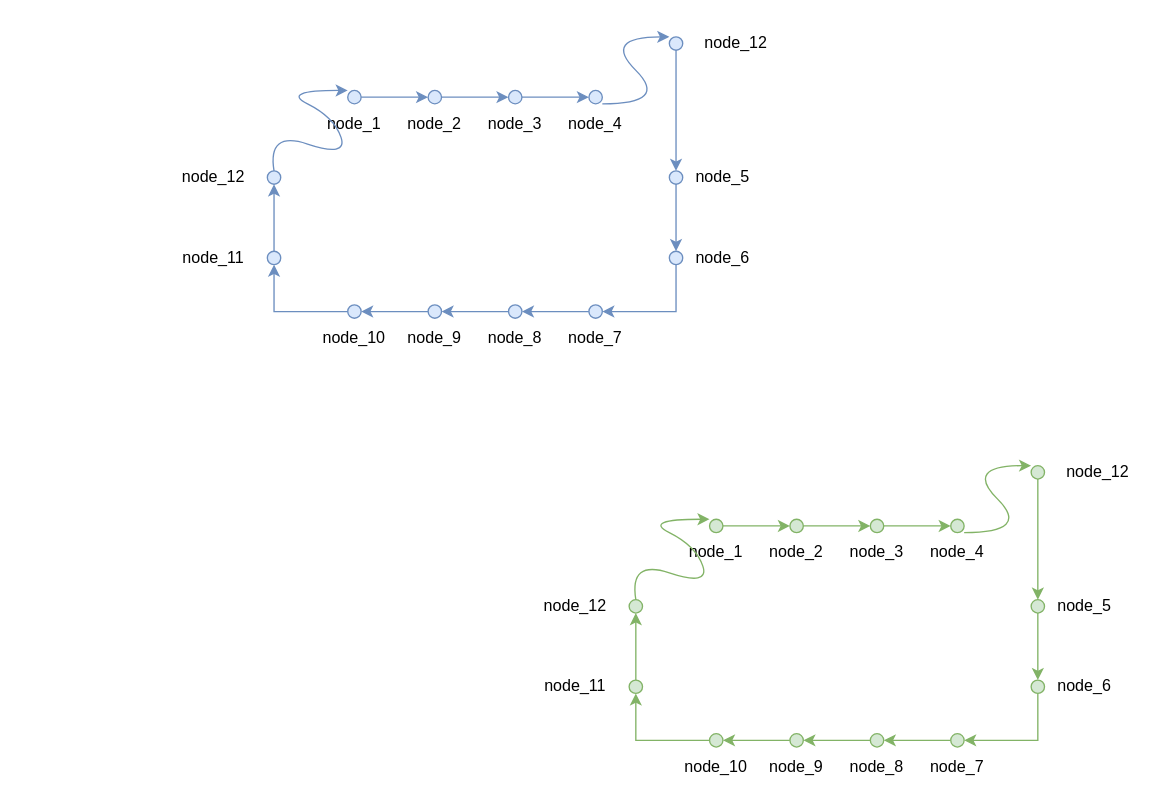
This is diagrams/pcs地图交管.drawio from simon-sua/diagram_charts, a draw.io file, before an edit. Source tidied: cells renumbered, new cells numbered last; positions are measured from the earlier drawing's top-left corner, leaving out a move shared by most shapes. Both pictures are drawn from the tidied source at 134%, with x=0, y=0 at pixel (173, 23).
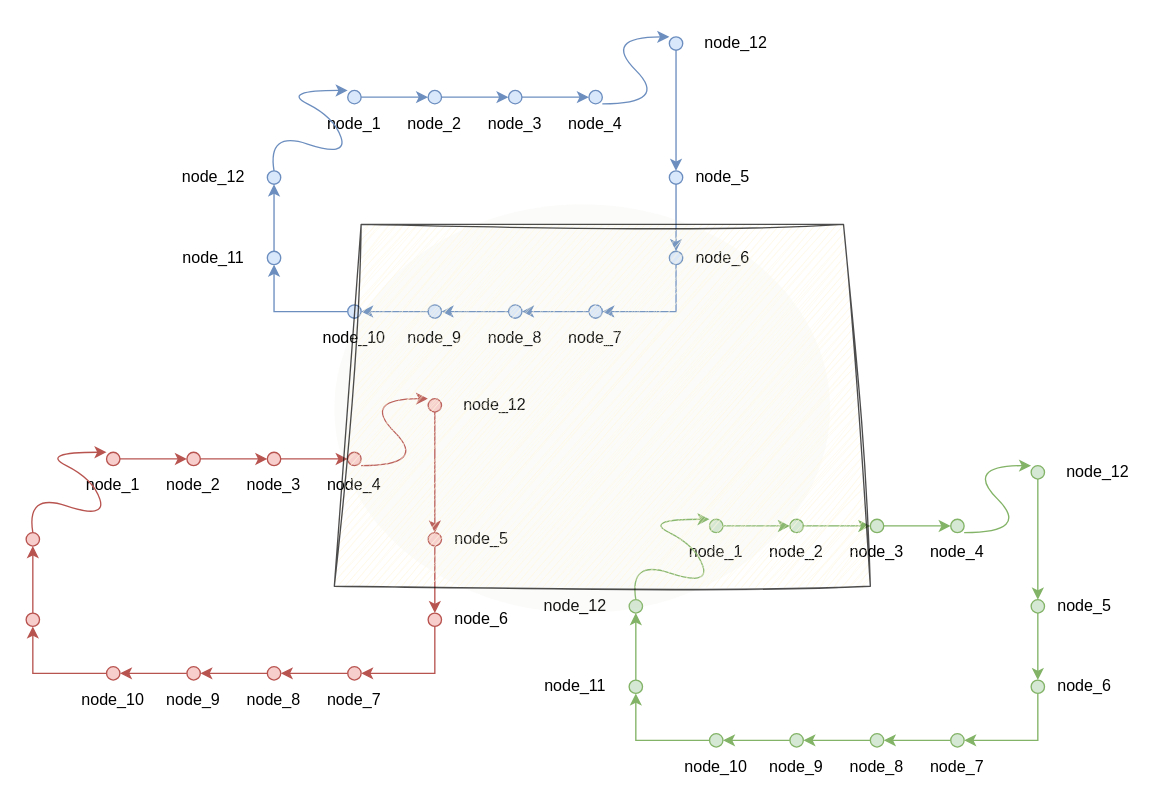
The same page after the edit.

Commit message (it also covers changes not shown here):
更新pcs地图交管.drawio

The edit, as a diff of the source:
```diff
@@
+    <mxCell id="80" style="edgeStyle=orthogonalEdgeStyle;rounded=0;jettySize=auto;html=1;exitX=1;exitY=0.5;exitDx=0;exitDy=0;entryX=0;entryY=0.5;entryDx=0;entryDy=0;fillColor=#f8cecc;strokeColor=#b85450;" parent="1" edge="1" source="81" target="84">
+      <mxGeometry relative="1" as="geometry" />
+    </mxCell>
+    <mxCell id="81" style="ellipse;whiteSpace=wrap;html=1;fillColor=#f8cecc;strokeColor=#b85450;" parent="1" vertex="1">
+      <mxGeometry x="-50" y="320" width="10" height="10" as="geometry" />
+    </mxCell>
+    <mxCell id="82" value="node_1" style="text;html=1;strokeColor=none;fillColor=none;align=center;verticalAlign=middle;whiteSpace=wrap;rounded=0;" parent="1" vertex="1">
+      <mxGeometry x="-75" y="330" width="60" height="30" as="geometry" />
+    </mxCell>
+    <mxCell id="83" style="edgeStyle=orthogonalEdgeStyle;rounded=0;jettySize=auto;html=1;exitX=1;exitY=0.5;exitDx=0;exitDy=0;entryX=0;entryY=0.5;entryDx=0;entryDy=0;fillColor=#f8cecc;strokeColor=#b85450;" parent="1" edge="1" source="84" target="87">
+      <mxGeometry relative="1" as="geometry" />
+    </mxCell>
+    <mxCell id="84" style="ellipse;whiteSpace=wrap;html=1;fillColor=#f8cecc;strokeColor=#b85450;" parent="1" vertex="1">
+      <mxGeometry x="10" y="320" width="10" height="10" as="geometry" />
+    </mxCell>
+    <mxCell id="85" value="node_2" style="text;html=1;strokeColor=none;fillColor=none;align=center;verticalAlign=middle;whiteSpace=wrap;rounded=0;" parent="1" vertex="1">
+      <mxGeometry x="-15" y="330" width="60" height="30" as="geometry" />
+    </mxCell>
+    <mxCell id="86" style="edgeStyle=orthogonalEdgeStyle;rounded=0;jettySize=auto;html=1;exitX=1;exitY=0.5;exitDx=0;exitDy=0;entryX=0;entryY=0.5;entryDx=0;entryDy=0;fillColor=#f8cecc;strokeColor=#b85450;" parent="1" edge="1" source="87" target="89">
+      <mxGeometry relative="1" as="geometry" />
+    </mxCell>
+    <mxCell id="87" style="ellipse;whiteSpace=wrap;html=1;fillColor=#f8cecc;strokeColor=#b85450;" parent="1" vertex="1">
+      <mxGeometry x="70" y="320" width="10" height="10" as="geometry" />
+    </mxCell>
+    <mxCell id="88" value="node_3" style="text;html=1;strokeColor=none;fillColor=none;align=center;verticalAlign=middle;whiteSpace=wrap;rounded=0;" parent="1" vertex="1">
+      <mxGeometry x="45" y="330" width="60" height="30" as="geometry" />
+    </mxCell>
+    <mxCell id="89" style="ellipse;whiteSpace=wrap;html=1;fillColor=#f8cecc;strokeColor=#b85450;" parent="1" vertex="1">
+      <mxGeometry x="130" y="320" width="10" height="10" as="geometry" />
+    </mxCell>
+    <mxCell id="90" value="node_4" style="text;html=1;strokeColor=none;fillColor=none;align=center;verticalAlign=middle;whiteSpace=wrap;rounded=0;" parent="1" vertex="1">
+      <mxGeometry x="105" y="330" width="60" height="30" as="geometry" />
+    </mxCell>
+    <mxCell id="91" style="edgeStyle=orthogonalEdgeStyle;rounded=0;jettySize=auto;html=1;exitX=0.5;exitY=1;exitDx=0;exitDy=0;entryX=0.5;entryY=0;entryDx=0;entryDy=0;fillColor=#f8cecc;strokeColor=#b85450;" parent="1" edge="1" source="92" target="95">
+      <mxGeometry relative="1" as="geometry" />
+    </mxCell>
+    <mxCell id="92" style="ellipse;whiteSpace=wrap;html=1;fillColor=#f8cecc;strokeColor=#b85450;" parent="1" vertex="1">
+      <mxGeometry x="190" y="380" width="10" height="10" as="geometry" />
+    </mxCell>
+    <mxCell id="93" value="node_5" style="text;html=1;strokeColor=none;fillColor=none;align=center;verticalAlign=middle;whiteSpace=wrap;rounded=0;" parent="1" vertex="1">
+      <mxGeometry x="200" y="370" width="60" height="30" as="geometry" />
+    </mxCell>
+    <mxCell id="94" style="edgeStyle=orthogonalEdgeStyle;rounded=0;jettySize=auto;html=1;exitX=0.5;exitY=1;exitDx=0;exitDy=0;entryX=1;entryY=0.5;entryDx=0;entryDy=0;fillColor=#f8cecc;strokeColor=#b85450;" parent="1" edge="1" source="95" target="98">
+      <mxGeometry relative="1" as="geometry" />
+    </mxCell>
+    <mxCell id="95" style="ellipse;whiteSpace=wrap;html=1;fillColor=#f8cecc;strokeColor=#b85450;" parent="1" vertex="1">
+      <mxGeometry x="190" y="440" width="10" height="10" as="geometry" />
+    </mxCell>
+    <mxCell id="96" value="node_6" style="text;html=1;strokeColor=none;fillColor=none;align=center;verticalAlign=middle;whiteSpace=wrap;rounded=0;" parent="1" vertex="1">
+      <mxGeometry x="200" y="430" width="60" height="30" as="geometry" />
+    </mxCell>
+    <mxCell id="97" style="edgeStyle=orthogonalEdgeStyle;rounded=0;jettySize=auto;html=1;exitX=0;exitY=0.5;exitDx=0;exitDy=0;entryX=1;entryY=0.5;entryDx=0;entryDy=0;fillColor=#f8cecc;strokeColor=#b85450;" parent="1" edge="1" source="98" target="101">
+      <mxGeometry relative="1" as="geometry" />
+    </mxCell>
+    <mxCell id="98" style="ellipse;whiteSpace=wrap;html=1;fillColor=#f8cecc;strokeColor=#b85450;" parent="1" vertex="1">
+      <mxGeometry x="130" y="480" width="10" height="10" as="geometry" />
+    </mxCell>
+    <mxCell id="99" value="node_7" style="text;html=1;strokeColor=none;fillColor=none;align=center;verticalAlign=middle;whiteSpace=wrap;rounded=0;" parent="1" vertex="1">
+      <mxGeometry x="105" y="490" width="60" height="30" as="geometry" />
+    </mxCell>
+    <mxCell id="100" style="edgeStyle=orthogonalEdgeStyle;rounded=0;jettySize=auto;html=1;exitX=0;exitY=0.5;exitDx=0;exitDy=0;entryX=1;entryY=0.5;entryDx=0;entryDy=0;fillColor=#f8cecc;strokeColor=#b85450;" parent="1" edge="1" source="101" target="104">
+      <mxGeometry relative="1" as="geometry" />
+    </mxCell>
+    <mxCell id="101" style="ellipse;whiteSpace=wrap;html=1;fillColor=#f8cecc;strokeColor=#b85450;" parent="1" vertex="1">
+      <mxGeometry x="70" y="480" width="10" height="10" as="geometry" />
+    </mxCell>
+    <mxCell id="102" value="node_8" style="text;html=1;strokeColor=none;fillColor=none;align=center;verticalAlign=middle;whiteSpace=wrap;rounded=0;" parent="1" vertex="1">
+      <mxGeometry x="45" y="490" width="60" height="30" as="geometry" />
+    </mxCell>
+    <mxCell id="103" style="edgeStyle=orthogonalEdgeStyle;rounded=0;jettySize=auto;html=1;exitX=0;exitY=0.5;exitDx=0;exitDy=0;entryX=1;entryY=0.5;entryDx=0;entryDy=0;fillColor=#f8cecc;strokeColor=#b85450;" parent="1" edge="1" source="104" target="107">
+      <mxGeometry relative="1" as="geometry" />
+    </mxCell>
+    <mxCell id="104" style="ellipse;whiteSpace=wrap;html=1;fillColor=#f8cecc;strokeColor=#b85450;" parent="1" vertex="1">
+      <mxGeometry x="10" y="480" width="10" height="10" as="geometry" />
+    </mxCell>
+    <mxCell id="105" value="node_9" style="text;html=1;strokeColor=none;fillColor=none;align=center;verticalAlign=middle;whiteSpace=wrap;rounded=0;" parent="1" vertex="1">
+      <mxGeometry x="-15" y="490" width="60" height="30" as="geometry" />
+    </mxCell>
+    <mxCell id="106" style="edgeStyle=orthogonalEdgeStyle;rounded=0;jettySize=auto;html=1;exitX=0;exitY=0.5;exitDx=0;exitDy=0;entryX=0.5;entryY=1;entryDx=0;entryDy=0;fillColor=#f8cecc;strokeColor=#b85450;" parent="1" edge="1" source="107" target="110">
+      <mxGeometry relative="1" as="geometry" />
+    </mxCell>
+    <mxCell id="107" style="ellipse;whiteSpace=wrap;html=1;fillColor=#f8cecc;strokeColor=#b85450;" parent="1" vertex="1">
+      <mxGeometry x="-50" y="480" width="10" height="10" as="geometry" />
+    </mxCell>
+    <mxCell id="108" value="node_10" style="text;html=1;strokeColor=none;fillColor=none;align=center;verticalAlign=middle;whiteSpace=wrap;rounded=0;" parent="1" vertex="1">
+      <mxGeometry x="-75" y="490" width="60" height="30" as="geometry" />
+    </mxCell>
+    <mxCell id="109" style="edgeStyle=orthogonalEdgeStyle;rounded=0;jettySize=auto;html=1;exitX=0.5;exitY=0;exitDx=0;exitDy=0;entryX=0.5;entryY=1;entryDx=0;entryDy=0;fillColor=#f8cecc;strokeColor=#b85450;" parent="1" edge="1" source="110" target="111">
+      <mxGeometry relative="1" as="geometry" />
+    </mxCell>
+    <mxCell id="110" style="ellipse;whiteSpace=wrap;html=1;fillColor=#f8cecc;strokeColor=#b85450;" parent="1" vertex="1">
+      <mxGeometry x="-110" y="440" width="10" height="10" as="geometry" />
+    </mxCell>
+    <mxCell id="111" style="ellipse;whiteSpace=wrap;html=1;fillColor=#f8cecc;strokeColor=#b85450;" parent="1" vertex="1">
+      <mxGeometry x="-110" y="380" width="10" height="10" as="geometry" />
+    </mxCell>
+    <mxCell id="112" style="curved=1;endArrow=classic;html=1;rounded=0;fillColor=#f8cecc;strokeColor=#b85450;" parent="1" edge="1">
+      <mxGeometry relative="1" as="geometry">
+        <mxPoint x="140" y="330" as="sourcePoint" />
+        <mxPoint x="190" y="280" as="targetPoint" />
+        <Array as="points">
+          <mxPoint x="190" y="330" />
+          <mxPoint x="140" y="280" />
+        </Array>
+      </mxGeometry>
+    </mxCell>
+    <mxCell id="113" style="edgeStyle=orthogonalEdgeStyle;rounded=0;jettySize=auto;html=1;exitX=0.5;exitY=1;exitDx=0;exitDy=0;entryX=0.5;entryY=0;entryDx=0;entryDy=0;fillColor=#f8cecc;strokeColor=#b85450;" parent="1" edge="1" source="114" target="92">
+      <mxGeometry relative="1" as="geometry" />
+    </mxCell>
+    <mxCell id="114" style="ellipse;whiteSpace=wrap;html=1;fillColor=#f8cecc;strokeColor=#b85450;" parent="1" vertex="1">
+      <mxGeometry x="190" y="280" width="10" height="10" as="geometry" />
+    </mxCell>
+    <mxCell id="115" value="node_12" style="text;html=1;strokeColor=none;fillColor=none;align=center;verticalAlign=middle;whiteSpace=wrap;rounded=0;" parent="1" vertex="1">
+      <mxGeometry x="210" y="270" width="60" height="30" as="geometry" />
+    </mxCell>
+    <mxCell id="116" style="curved=1;endArrow=classic;html=1;rounded=0;exitX=0.5;exitY=0;exitDx=0;exitDy=0;fillColor=#f8cecc;strokeColor=#b85450;" parent="1" edge="1" source="111">
+      <mxGeometry relative="1" as="geometry">
+        <mxPoint x="-50" y="320" as="targetPoint" />
+        <Array as="points">
+          <mxPoint x="-110" y="350" />
+          <mxPoint x="-50" y="370" />
+          <mxPoint x="-60" y="340" />
+          <mxPoint x="-100" y="320" />
+        </Array>
+      </mxGeometry>
+    </mxCell>
+    <mxCell id="117" style="ellipse;whiteSpace=wrap;html=1;fillColor=#D5E0CE;strokeColor=none;opacity=10;" parent="1" vertex="1">
+      <mxGeometry x="120" y="135" width="370" height="305" as="geometry" />
+    </mxCell>
+    <mxCell id="118" style="shape=trapezoid;perimeter=trapezoidPerimeter;whiteSpace=wrap;html=1;fixedSize=1;fillColor=#FFF7DE;strokeColor=default;opacity=70;sketch=1;curveFitting=1;jiggle=2;" parent="1" vertex="1">
+      <mxGeometry x="120" y="150" width="400" height="270" as="geometry" />
+    </mxCell>
```
